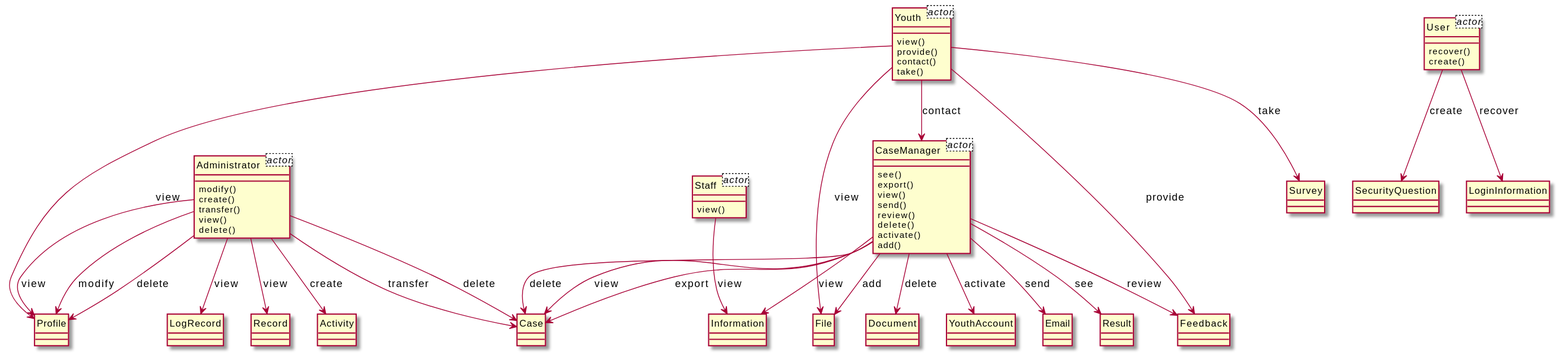
Before: output/diagram_5/2016-USC-Project10.svg, a diagram exported from PlantUML (xixixhalu/DomainModelExtractor).
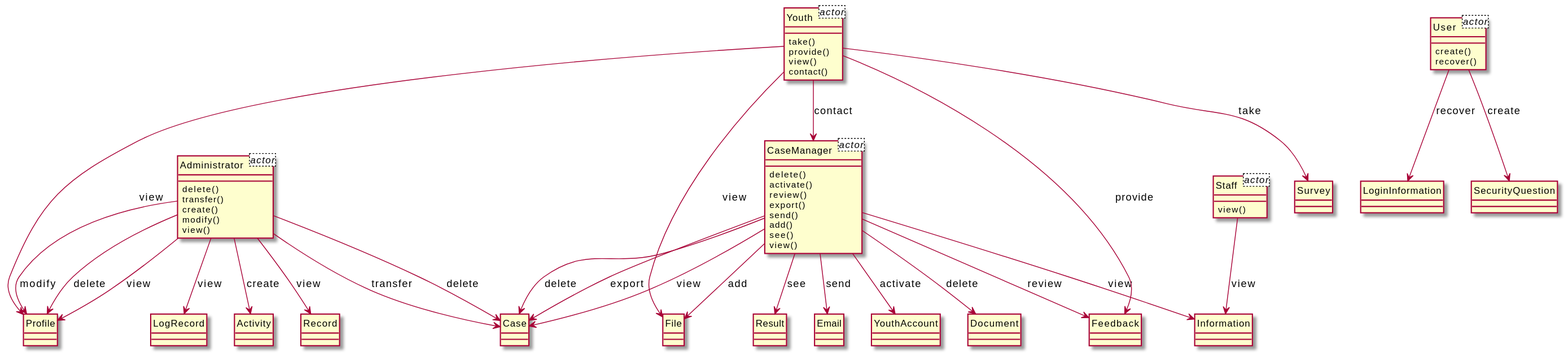
After the commit.

What changed in the source:
```diff
@@ -10,90 +10,90 @@
 }
 class Staff<actor> {
 }
+class Administrator {
+	delete()
+	transfer()
+	create()
+	modify()
+	view()
+}
+class Profile {
+}
+class User {
+	create()
+	recover()
+}
+class LoginInformation {
+}
+class Youth {
+	take()
+	provide()
+	view()
+	contact()
+}
 class CaseManager {
-	see()
-	export()
-	view()
-	send()
-	review()
 	delete()
 	activate()
+	review()
+	export()
+	send()
 	add()
+	see()
+	view()
+}
+class Result {
+}
+class LogRecord {
 }
 class Case {
+}
+class File {
+}
+class Activity {
+}
+class SecurityQuestion {
+}
+class Feedback {
+}
+class Email {
+}
+class YouthAccount {
+}
+class Survey {
+}
+class Document {
+}
+class Information {
+}
+class Record {
 }
 class Staff {
 	view()
 }
-class Information {
-}
-class Youth {
-	view()
-	provide()
-	contact()
-	take()
-}
-class File {
-}
-class Administrator {
-	modify()
-	create()
-	transfer()
-	view()
-	delete()
-}
-class Activity {
-}
-class Document {
-}
-class Feedback {
-}
-class User {
-	recover()
-	create()
-}
-class SecurityQuestion {
-}
-class Profile {
-}
-class YouthAccount {
-}
-class LogRecord {
-}
-class Email {
-}
-class Result {
-}
-class LoginInformation {
-}
-class Survey {
-}
-class Record {
-}
+CaseManager --> Case : export
+User --> LoginInformation : recover
+User --> SecurityQuestion : create
+CaseManager --> File : add
+Youth --> Survey : take
+Administrator --> Case : delete
+CaseManager --> Document : delete
+Youth --> Profile : view
+CaseManager --> Information : view
+CaseManager --> Result : see
+Administrator --> Record : view
+Administrator --> LogRecord : view
+Youth --> File : view
+Administrator --> Activity : create
+Youth --> Feedback : provide
+Administrator --> Profile : delete
+Youth --> CaseManager : contact
 Staff --> Information : view
-CaseManager --> Result : see
+CaseManager --> Case : view
+CaseManager --> Case : delete
+Administrator --> Case : transfer
+CaseManager --> Feedback : review
+CaseManager --> Email : send
+Administrator --> Profile : view
 CaseManager --> YouthAccount : activate
-Administrator --> Case : delete
-CaseManager --> File : add
-Youth --> File : view
-Administrator --> Case : transfer
-CaseManager --> Information : view
-User --> LoginInformation : recover
-Administrator --> Activity : create
-Youth --> CaseManager : contact
-User --> SecurityQuestion : create
-CaseManager --> Document : delete
-CaseManager --> Feedback : review
-Youth --> Profile : view
-Youth --> Survey : take
-Youth --> Feedback : provide
-Administrator --> Record : view
-CaseManager --> Case : delete
-Administrator --> Profile : view
-Administrator --> LogRecord : view
-CaseManager --> Case : view
-CaseManager --> Email : send
-CaseManager --> Case : export
 Administrator --> Profile : modify
-Administrator --> Profile : delete
 @enduml
```
